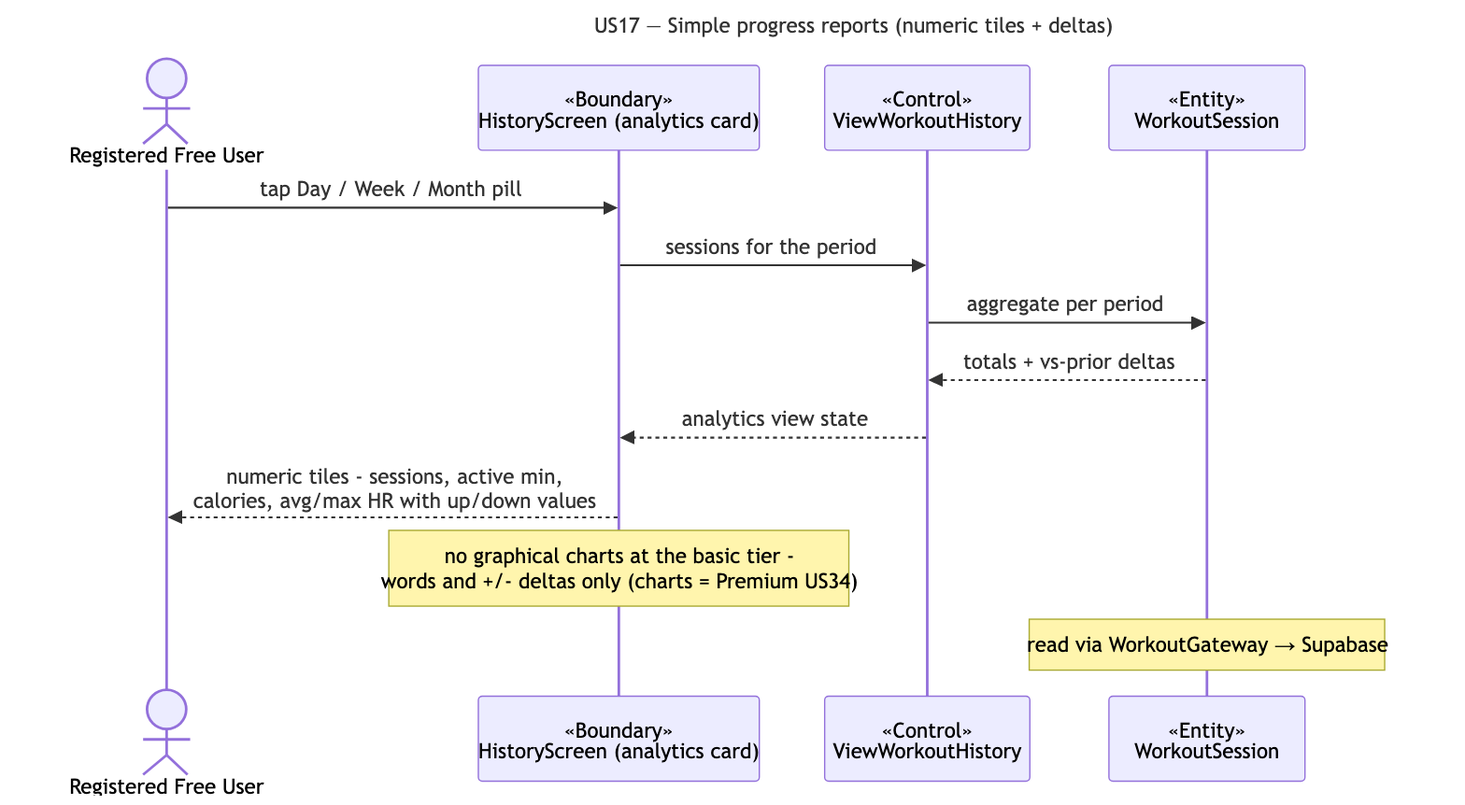
Before: docs/deliverables/sequence-diagrams/US17-simple-charts.png, a diagram exported from Mermaid (cyuanjun/FYP-26-S2-37-app). Its source is kept beside it as docs/deliverables/sequence-diagrams/src/US17-simple-charts.mmd.
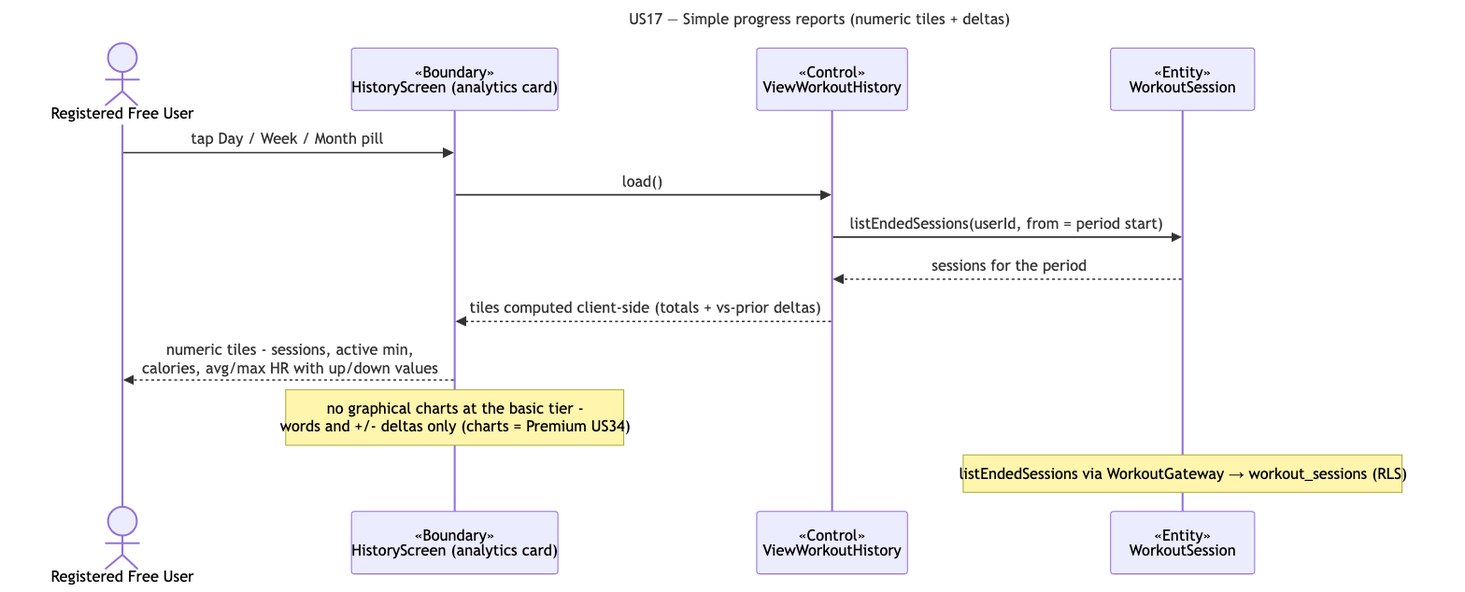
After the change.

What changed in the source:
```diff
@@ -7,10 +7,10 @@
   participant C as «Control»<br/>ViewWorkoutHistory
   participant E as «Entity»<br/>WorkoutSession
   A->>B: tap Day / Week / Month pill
-  B->>C: sessions for the period
-  C->>E: aggregate per period
-  E-->>C: totals + vs-prior deltas
-  C-->>B: analytics view state
+  B->>C: load()
+  C->>E: listEndedSessions(userId, from = period start)
+  E-->>C: sessions for the period
+  C-->>B: tiles computed client-side (totals + vs-prior deltas)
   B-->>A: numeric tiles - sessions, active min,<br/>calories, avg/max HR with up/down values
   note over B: no graphical charts at the basic tier -<br/>words and +/- deltas only (charts = Premium US34)
-  note over E: read via WorkoutGateway → Supabase
+  note over E: listEndedSessions via WorkoutGateway → workout_sessions (RLS)
```
